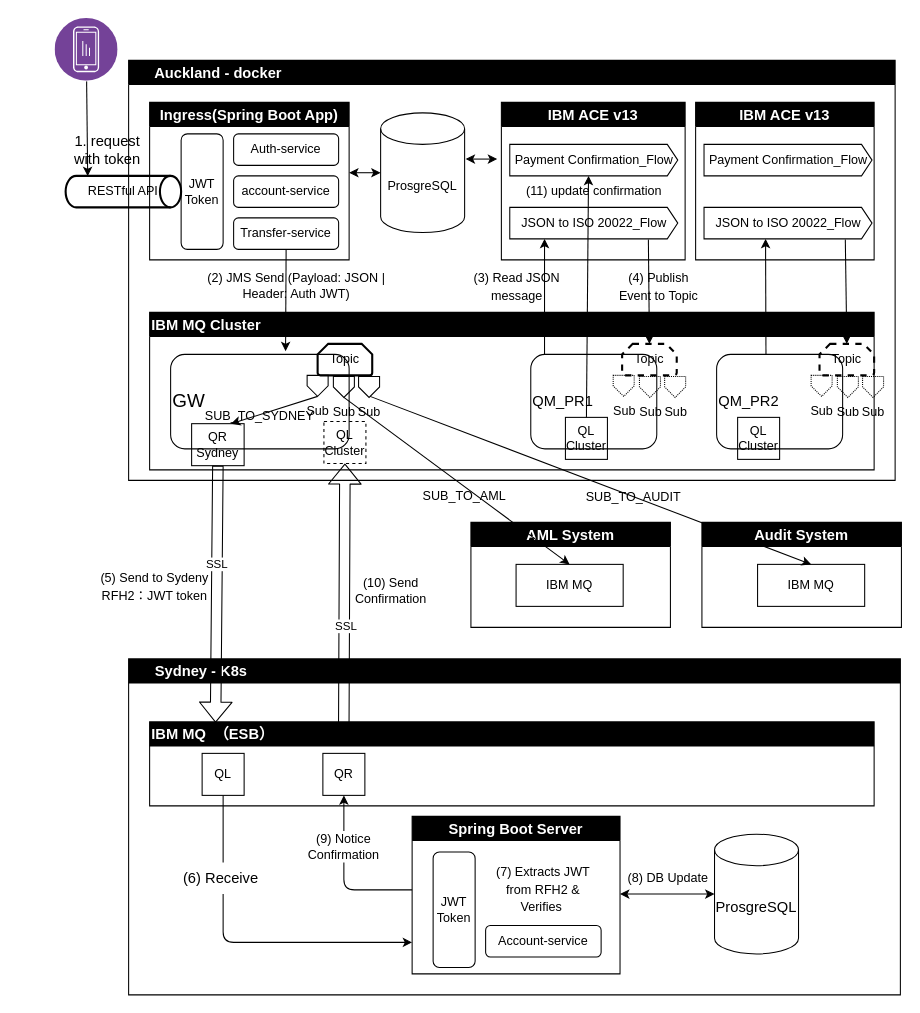
Before: diagram1.drawio in Bellick-Jiao/cross-tasman-payment-hub, a draw.io diagram. Source tidied: cells renumbered, new cells numbered last; positions are measured from the earlier drawing's top-left corner, leaving out a move shared by most shapes. Both pictures are drawn from the tidied source at 105%, with x=0, y=0 at pixel (34, 18).
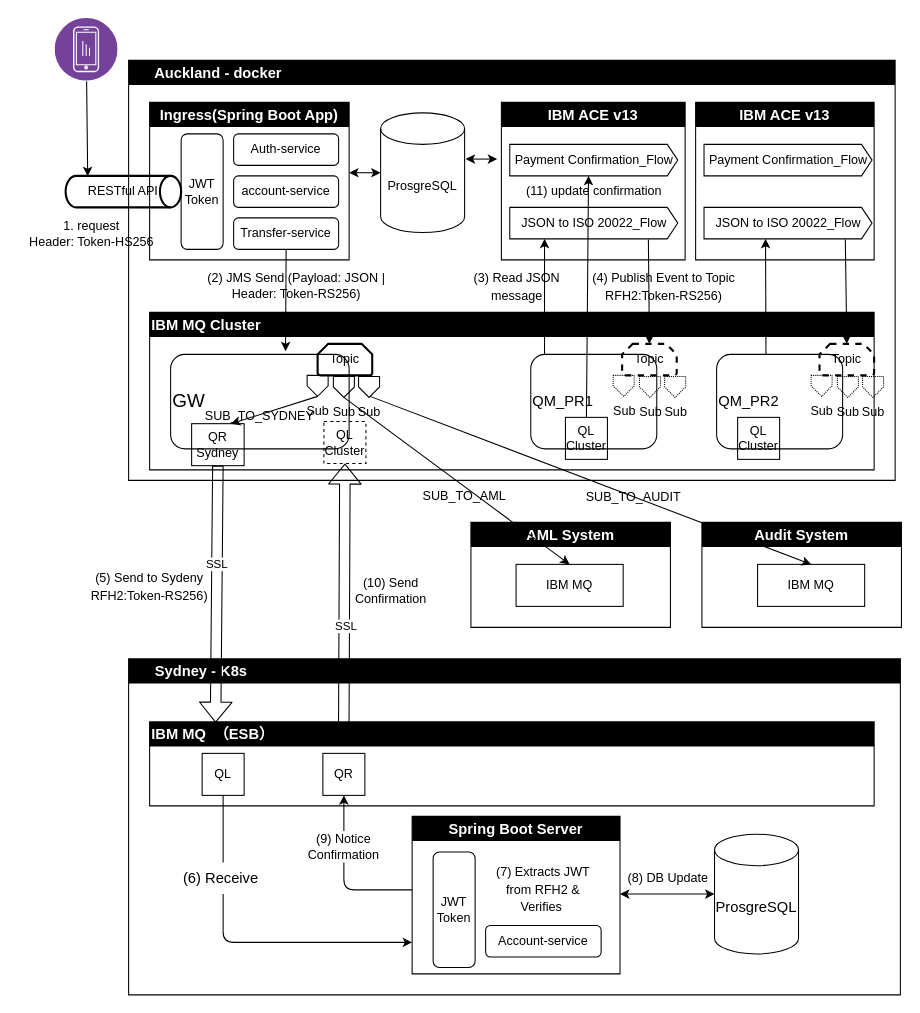
The same page after the edit.

The change refers to these unchanged cells:
```xml
<mxCell id="2" value="&lt;font style=&quot;font-size: 14px;&quot;&gt;&amp;nbsp; &amp;nbsp; &amp;nbsp; Auckland - docker&lt;/font&gt;" style="swimlane;whiteSpace=wrap;html=1;startSize=23;align=left;strokeColor=#000000;fontColor=#FFFFFF;fillStyle=solid;swimlaneFillColor=#FFFFFF;fillColor=#000000;gradientColor=none;" parent="1" vertex="1">
  <mxGeometry x="90" y="40" width="730" height="400" as="geometry" />
</mxCell>
```

Change to the diagram source:
```diff
@@
-    <mxCell id="42" value="&lt;font style=&quot;font-size: 12px;&quot;&gt;(2) JMS Send (Payload: JSON | Header: Auth JWT)&lt;/font&gt;" style="text;html=1;strokeColor=none;fillColor=none;align=center;verticalAlign=middle;whiteSpace=wrap;rounded=0;dashed=1;fontColor=#000000;" parent="2" vertex="1">
+    <mxCell id="42" value="&lt;font style=&quot;font-size: 12px;&quot;&gt;(2) JMS Send (Payload: JSON | Header: Token-RS256)&lt;/font&gt;" style="text;html=1;strokeColor=none;fillColor=none;align=center;verticalAlign=middle;whiteSpace=wrap;rounded=0;dashed=1;fontColor=#000000;" parent="2" vertex="1">
       <mxGeometry x="70" y="200" width="180" height="30" as="geometry" />
     </mxCell>
@@
-    <mxCell id="44" value="&lt;font style=&quot;font-size: 12px;&quot;&gt;(4) Publish Event to Topic&lt;/font&gt;" style="text;html=1;strokeColor=none;fillColor=none;align=center;verticalAlign=middle;whiteSpace=wrap;rounded=0;dashed=1;fontSize=14;fontColor=#000000;" parent="2" vertex="1">
-      <mxGeometry x="460" y="200" width="90" height="30" as="geometry" />
+    <mxCell id="44" value="&lt;font style=&quot;font-size: 12px;&quot;&gt;(4) Publish Event to Topic&lt;br&gt;RFH2:Token-RS256)&lt;/font&gt;" style="text;html=1;strokeColor=none;fillColor=none;align=center;verticalAlign=middle;whiteSpace=wrap;rounded=0;dashed=1;fontSize=14;fontColor=#000000;" parent="2" vertex="1">
+      <mxGeometry x="440" y="200" width="140" height="30" as="geometry" />
     </mxCell>
@@
-    <mxCell id="69" value="&lt;font style=&quot;font-size: 14px;&quot;&gt;1. request&lt;br&gt;with token&lt;/font&gt;" style="text;html=1;strokeColor=none;fillColor=none;align=center;verticalAlign=middle;whiteSpace=wrap;rounded=0;dashed=1;fontColor=#000000;" parent="1" vertex="1">
-      <mxGeometry y="110" width="140" height="30" as="geometry" />
+    <mxCell id="69" value="&lt;font style=&quot;&quot;&gt;&lt;font style=&quot;font-size: 12px;&quot;&gt;1. request&lt;br&gt;&lt;font style=&quot;&quot;&gt;Header: Token-&lt;/font&gt;HS256&lt;/font&gt;&lt;br&gt;&lt;/font&gt;" style="text;html=1;strokeColor=none;fillColor=none;align=center;verticalAlign=middle;whiteSpace=wrap;rounded=0;dashed=1;fontColor=#000000;" parent="1" vertex="1">
+      <mxGeometry x="-15" y="190" width="140" height="30" as="geometry" />
     </mxCell>
@@
-    <mxCell id="72" value="&lt;font style=&quot;font-size: 12px;&quot;&gt;(5) Send to Sydeny&lt;br&gt;RFH2：JWT token&lt;br&gt;&lt;/font&gt;" style="text;html=1;strokeColor=none;fillColor=none;align=center;verticalAlign=middle;whiteSpace=wrap;rounded=0;dashed=1;fontSize=14;fontColor=#000000;" parent="1" vertex="1">
-      <mxGeometry x="60" y="525" width="110" height="30" as="geometry" />
+    <mxCell id="72" value="&lt;font style=&quot;font-size: 12px;&quot;&gt;(5) Send to Sydeny&lt;br&gt;RFH2:Token-RS256)&lt;/font&gt;" style="text;html=1;strokeColor=none;fillColor=none;align=center;verticalAlign=middle;whiteSpace=wrap;rounded=0;dashed=1;fontSize=14;fontColor=#000000;" parent="1" vertex="1">
+      <mxGeometry x="50" y="525" width="120" height="30" as="geometry" />
     </mxCell>
```
